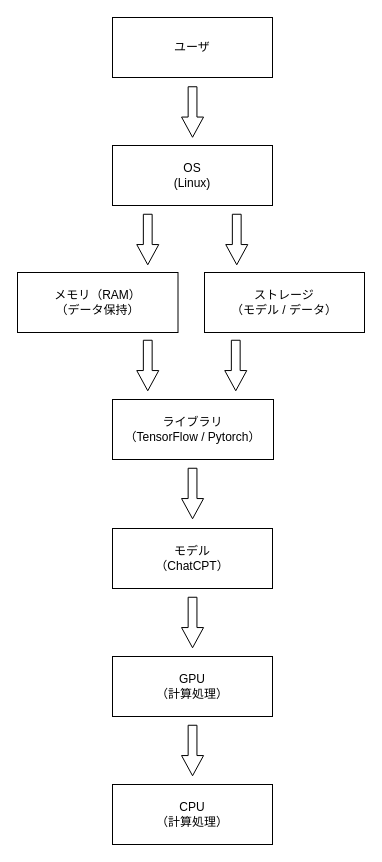
Above: Ex_1-3.drawio in Shunsuke-Yamada/os_e205719 (draw.io), before the change. Source tidied: cells renumbered, new cells numbered last; positions are measured from the earlier drawing's top-left corner, leaving out a move shared by most shapes. Both pictures are drawn from the tidied source at 100%, with x=0, y=0 at pixel (17, 17).
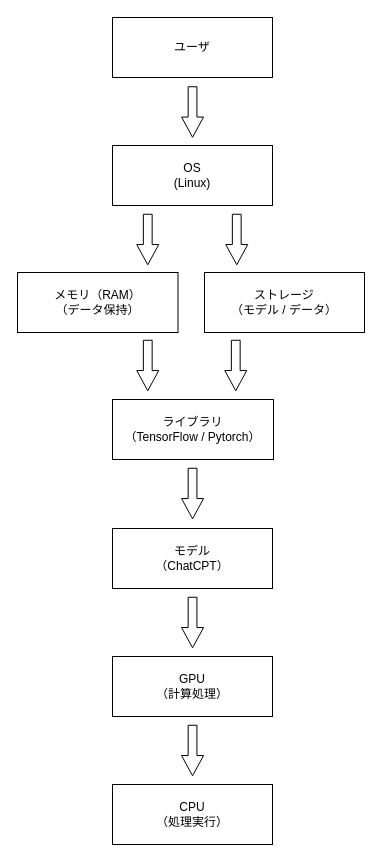
The same diagram, later.

Commit message:
Ex_1-3.drawio を更新します

Diff of the diagram source:
```diff
@@
 <mxGraphModel>
   <root>
     <mxCell id="0" />
     <mxCell id="1" parent="0" />
     <mxCell id="2" value="ユーザ" style="rounded=0;whiteSpace=wrap;html=1;" parent="1" vertex="1">
       <mxGeometry x="95" width="160" height="60" as="geometry" />
     </mxCell>
     <mxCell id="3" value="OS&lt;div&gt;(Linux)&lt;/div&gt;" style="rounded=0;whiteSpace=wrap;html=1;" parent="1" vertex="1">
       <mxGeometry x="95" y="128" width="160" height="60" as="geometry" />
     </mxCell>
     <mxCell id="4" value="ストレージ&lt;div&gt;（モデル / データ）&lt;/div&gt;" style="rounded=0;whiteSpace=wrap;html=1;" parent="1" vertex="1">
       <mxGeometry x="187" y="255" width="160" height="60" as="geometry" />
     </mxCell>
     <mxCell id="5" value="メモリ（RAM）&lt;div&gt;（データ保持）&lt;/div&gt;" style="rounded=0;whiteSpace=wrap;html=1;" parent="1" vertex="1">
       <mxGeometry y="255" width="160.5" height="60" as="geometry" />
     </mxCell>
     <mxCell id="6" value="ライブラリ&lt;div&gt;（TensorFlow / Pytorch）&lt;/div&gt;" style="rounded=0;whiteSpace=wrap;html=1;" parent="1" vertex="1">
       <mxGeometry x="95" y="382" width="161" height="60" as="geometry" />
     </mxCell>
     <mxCell id="7" value="モデル&lt;div&gt;（ChatCPT）&lt;/div&gt;" style="rounded=0;whiteSpace=wrap;html=1;" parent="1" vertex="1">
       <mxGeometry x="95" y="511" width="160" height="60" as="geometry" />
     </mxCell>
     <mxCell id="8" value="GPU&lt;div&gt;（計算処理）&lt;/div&gt;" style="rounded=0;whiteSpace=wrap;html=1;" parent="1" vertex="1">
       <mxGeometry x="95" y="639" width="160" height="60" as="geometry" />
     </mxCell>
     <mxCell id="9" style="shape=singleArrow;whiteSpace=wrap;html=1;arrowWidth=0.4;arrowSize=0.4;rotation=90;" parent="1" vertex="1">
       <mxGeometry x="149.8" y="83.5" width="50.5" height="22" as="geometry" />
     </mxCell>
     <mxCell id="10" style="shape=singleArrow;whiteSpace=wrap;html=1;arrowWidth=0.4;arrowSize=0.4;rotation=90;" parent="1" vertex="1">
       <mxGeometry x="105" y="211" width="50.5" height="22" as="geometry" />
     </mxCell>
     <mxCell id="11" style="shape=singleArrow;whiteSpace=wrap;html=1;arrowWidth=0.4;arrowSize=0.4;rotation=90;" parent="1" vertex="1">
       <mxGeometry x="194" y="211" width="50.5" height="22" as="geometry" />
     </mxCell>
     <mxCell id="12" style="shape=singleArrow;whiteSpace=wrap;html=1;arrowWidth=0.4;arrowSize=0.4;rotation=90;" parent="1" vertex="1">
       <mxGeometry x="105" y="337" width="50.5" height="22" as="geometry" />
     </mxCell>
     <mxCell id="13" style="shape=singleArrow;whiteSpace=wrap;html=1;arrowWidth=0.4;arrowSize=0.4;rotation=90;" parent="1" vertex="1">
       <mxGeometry x="193" y="337" width="50.5" height="22" as="geometry" />
     </mxCell>
     <mxCell id="14" style="shape=singleArrow;whiteSpace=wrap;html=1;arrowWidth=0.4;arrowSize=0.4;rotation=90;" parent="1" vertex="1">
       <mxGeometry x="149.8" y="465" width="50.5" height="22" as="geometry" />
     </mxCell>
     <mxCell id="15" style="shape=singleArrow;whiteSpace=wrap;html=1;arrowWidth=0.4;arrowSize=0.4;rotation=90;" parent="1" vertex="1">
       <mxGeometry x="149.8" y="594" width="50.5" height="22" as="geometry" />
     </mxCell>
     <mxCell id="16" style="edgeStyle=none;curved=1;rounded=0;orthogonalLoop=1;jettySize=auto;html=1;exitX=0.5;exitY=1;exitDx=0;exitDy=0;fontSize=12;startSize=8;endSize=8;" parent="1" edge="1" source="8" target="8">
       <mxGeometry relative="1" as="geometry" />
     </mxCell>
     <mxCell id="17" style="shape=singleArrow;whiteSpace=wrap;html=1;arrowWidth=0.4;arrowSize=0.4;rotation=90;" parent="1" vertex="1">
       <mxGeometry x="149.8" y="722" width="50.5" height="22" as="geometry" />
     </mxCell>
-    <mxCell id="18" value="CPU&lt;div&gt;（計算処理）&lt;/div&gt;" style="rounded=0;whiteSpace=wrap;html=1;" parent="1" vertex="1">
+    <mxCell id="18" value="CPU&lt;div&gt;（処理実行）&lt;/div&gt;" style="rounded=0;whiteSpace=wrap;html=1;" parent="1" vertex="1">
       <mxGeometry x="95" y="767" width="160" height="60" as="geometry" />
     </mxCell>
   </root>
 </mxGraphModel>
```
